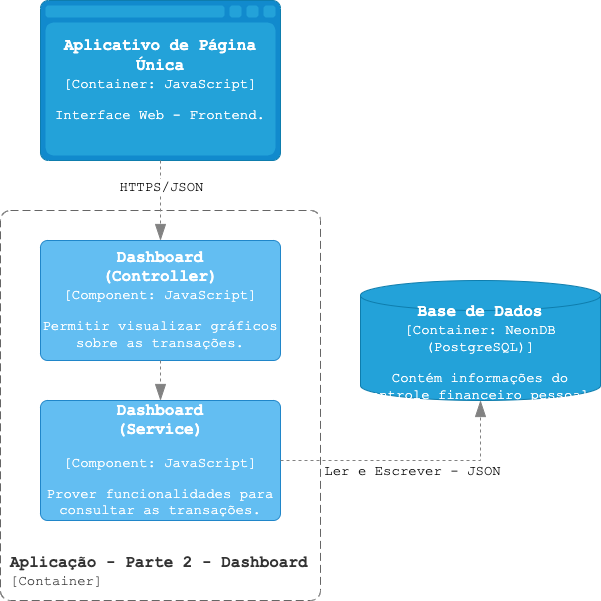
Above: docs/C4ComponenteDashboard.png in GVBP/CatolicaSC-Portfolio (draw.io), before the change. Source tidied: cells renumbered, new cells last; positions are measured from the earlier drawing's top-left corner, leaving out a move shared by most shapes. Source of this version:
```xml
<mxGraphModel>
  <root>
    <mxCell id="0" />
    <mxCell id="1" parent="0" />
    <object id="2" label="&lt;font style=&quot;font-size: 16px; font-family: 'Courier New'&quot;&gt;&lt;b&gt;%c4Name%&lt;/b&gt;&lt;/font&gt;&lt;div&gt;&lt;font style=&quot;font-size: 14px; font-family: 'Courier New'&quot;&gt;[%c4Type%:&amp;nbsp;%c4Technology%]&lt;/font&gt;&lt;/div&gt;&lt;br&gt;&lt;div&gt;&lt;font style=&quot;font-size: 14px; font-family: 'Courier New'&quot;&gt;%c4Description%&lt;/font&gt;&lt;/div&gt;" c4Description="Interface Web - Frontend." c4Name="Aplicativo de Página Única" c4Technology="JavaScript" c4Type="Container" placeholders="1">
      <mxCell style="shape=mxgraph.c4.webBrowserContainer2;whiteSpace=wrap;html=1;boundedLbl=1;rounded=0;labelBackgroundColor=none;strokeColor=#118ACD;fillColor=#23A2D9;strokeColor=#118ACD;strokeColor2=#0E7DAD;fontSize=12;fontColor=#ffffff;align=center;points=[[0.5,0,0],[1,0.25,0],[1,0.5,0],[1,0.75,0],[0.5,1,0],[0,0.75,0],[0,0.5,0],[0,0.25,0]];" parent="1" vertex="1">
        <mxGeometry x="40" width="240" height="160" as="geometry" />
      </mxCell>
    </object>
    <object id="3" label="&lt;font style=&quot;font-size: 16px; font-family: 'Courier New'&quot;&gt;&lt;b&gt;%c4Name%&lt;/b&gt;&lt;/font&gt;&lt;div&gt;&lt;font style=&quot;font-size: 14px; font-family: 'Courier New'&quot;&gt;[%c4Type%: %c4Technology%]&lt;/font&gt;&lt;/div&gt;&lt;br&gt;&lt;div&gt;&lt;font style=&quot;font-size: 14px; font-family: 'Courier New'&quot;&gt;%c4Description%&lt;/font&gt;&lt;/div&gt;" c4Description="Permitir visualizar gráficos sobre as transações." c4Name="Dashboard&#10;(Controller)" c4Technology="JavaScript" c4Type="Component" placeholders="1">
      <mxCell style="rounded=1;whiteSpace=wrap;html=1;labelBackgroundColor=none;fillColor=#63BEF2;fontColor=#ffffff;align=center;arcSize=6;strokeColor=#2086C9;points=[[0.25,0,0],[0.5,0,0],[0.75,0,0],[1,0.25,0],[1,0.5,0],[1,0.75,0],[0.75,1,0],[0.5,1,0],[0.25,1,0],[0,0.75,0],[0,0.5,0],[0,0.25,0]];" parent="1" vertex="1">
        <mxGeometry x="40" y="240" width="240" height="120" as="geometry" />
      </mxCell>
    </object>
    <object id="4" label="&lt;font style=&quot;font-size: 16px; font-family: 'Courier New'&quot;&gt;&lt;b&gt;&lt;div style=&quot;text-align: left&quot;&gt;%c4Name%&lt;/div&gt;&lt;/b&gt;&lt;/font&gt;&lt;div style=&quot;text-align: left; font-size: 14px; font-family: 'Courier New'&quot;&gt;[%c4Application%]&lt;/div&gt;" c4Application="Container" c4Name="Aplicação - Parte 2 - Dashboard" c4Type="Limite do Escopo do Sistema" placeholders="1">
      <mxCell style="rounded=1;fontSize=11;whiteSpace=wrap;html=1;dashed=1;arcSize=20;fillColor=none;strokeColor=#666666;fontColor=#333333;labelBackgroundColor=none;align=left;verticalAlign=bottom;labelBorderColor=none;spacingTop=0;spacing=10;dashPattern=8 4;perimeter=rectanglePerimeter;noLabel=0;labelPadding=0;absoluteArcSize=1;" parent="1" vertex="1">
        <mxGeometry y="210" width="320" height="390" as="geometry" />
      </mxCell>
    </object>
    <object id="5" label="&lt;font style=&quot;font-size: 16px; font-family: 'Courier New'&quot;&gt;&lt;b&gt;%c4Name%&lt;/b&gt;&lt;/font&gt;&lt;div&gt;&lt;/div&gt;&lt;br&gt;&lt;div&gt;&lt;font style=&quot;font-size: 14px; font-family: 'Courier New'&quot;&gt;[%c4Type%: %c4Technology%]&lt;/font&gt;&lt;/div&gt;&lt;br&gt;&lt;div&gt;&lt;font style=&quot;font-size: 14px; font-family: 'Courier New'&quot;&gt;%c4Description%&lt;/font&gt;&lt;/div&gt;" c4Description="Prover funcionalidades para consultar as transações." c4Name="Dashboard&#10;(Service)" c4Technology="JavaScript" c4Type="Component" placeholders="1">
      <mxCell style="rounded=1;whiteSpace=wrap;html=1;labelBackgroundColor=none;fillColor=#63BEF2;fontColor=#ffffff;align=center;arcSize=6;strokeColor=#2086C9;points=[[0.25,0,0],[0.5,0,0],[0.75,0,0],[1,0.25,0],[1,0.5,0],[1,0.75,0],[0.75,1,0],[0.5,1,0],[0.25,1,0],[0,0.75,0],[0,0.5,0],[0,0.25,0]];" parent="1" vertex="1">
        <mxGeometry x="40" y="400" width="240" height="120" as="geometry" />
      </mxCell>
    </object>
    <object id="6" label="&lt;font style=&quot;font-size: 16px; font-family: 'Courier New'&quot;&gt;&lt;b&gt;%c4Name%&lt;/b&gt;&lt;/font&gt;&lt;div&gt;&lt;div&gt;&lt;font style=&quot;font-size: 14px; font-family: 'Courier New'&quot;&gt;[%c4Type%:&amp;nbsp;%c4Technology%]&lt;/font&gt;&lt;/div&gt;&lt;br&gt;&lt;div&gt;&lt;font style=&quot;font-size: 14px; font-family: 'Courier New'&quot;&gt;%c4Description%&lt;/font&gt;&lt;/div&gt;" c4Description="Contém informações do controle financeiro pessoal." c4Name="Base de Dados" c4Technology="NeonDB (PostgreSQL)" c4Type="Container" placeholders="1">
      <mxCell style="shape=cylinder3;size=15;whiteSpace=wrap;html=1;boundedLbl=1;rounded=0;labelBackgroundColor=none;fillColor=#23A2D9;fontSize=12;fontColor=#ffffff;align=center;strokeColor=#0E7DAD;points=[[0.5,0,0],[1,0.25,0],[1,0.5,0],[1,0.75,0],[0.5,1,0],[0,0.75,0],[0,0.5,0],[0,0.25,0]];" parent="1" vertex="1">
        <mxGeometry x="360" y="280" width="240" height="120" as="geometry" />
      </mxCell>
    </object>
    <object id="7" label="" c4Type="Relationship" placeholders="1">
      <mxCell style="endArrow=blockThin;html=1;fontSize=10;fontColor=#404040;strokeWidth=1;endFill=1;strokeColor=#828282;elbow=vertical;endSize=14;startSize=14;jumpStyle=arc;jumpSize=16;rounded=0;edgeStyle=orthogonalEdgeStyle;exitX=0.5;exitY=1;exitDx=0;exitDy=0;exitPerimeter=0;entryX=0.5;entryY=0;entryDx=0;entryDy=0;entryPerimeter=0;dashed=1;" parent="1" edge="1" source="2" target="3">
        <mxGeometry relative="1" as="geometry" />
      </mxCell>
    </object>
    <mxCell id="8" value="&lt;font style=&quot;font-size: 14px;&quot; face=&quot;Courier New&quot;&gt;HTTPS/JSON&lt;/font&gt;" style="edgeLabel;html=1;align=center;verticalAlign=middle;" parent="7" vertex="1">
      <mxGeometry x="0.13" y="-3" relative="1" as="geometry">
        <mxPoint x="3" y="-19" as="offset" />
      </mxGeometry>
    </mxCell>
    <object id="9" label="" c4Type="Relationship" placeholders="1">
      <mxCell style="endArrow=blockThin;html=1;fontSize=10;fontColor=#404040;strokeWidth=1;endFill=1;strokeColor=#828282;elbow=vertical;endSize=14;startSize=14;jumpStyle=arc;jumpSize=16;rounded=0;edgeStyle=orthogonalEdgeStyle;entryX=0.5;entryY=0;entryDx=0;entryDy=0;entryPerimeter=0;dashed=1;exitX=0.5;exitY=1;exitDx=0;exitDy=0;exitPerimeter=0;" parent="1" edge="1" source="3" target="5">
        <mxGeometry relative="1" as="geometry" />
      </mxCell>
    </object>
    <object id="10" label="" c4Type="Relationship" placeholders="1">
      <mxCell style="endArrow=blockThin;html=1;fontSize=10;fontColor=#404040;strokeWidth=1;endFill=1;strokeColor=#828282;elbow=vertical;endSize=14;startSize=14;jumpStyle=arc;jumpSize=16;rounded=0;edgeStyle=orthogonalEdgeStyle;dashed=1;entryX=0.5;entryY=1;entryDx=0;entryDy=0;entryPerimeter=0;exitX=1;exitY=0.5;exitDx=0;exitDy=0;exitPerimeter=0;" parent="1" edge="1" source="5" target="6">
        <mxGeometry relative="1" as="geometry">
          <Array as="points">
            <mxPoint x="480" y="460" />
          </Array>
        </mxGeometry>
      </mxCell>
    </object>
    <mxCell id="11" value="&lt;font style=&quot;font-size: 14px;&quot; face=&quot;Courier New&quot;&gt;Ler e Escrever - JSON&lt;/font&gt;" style="edgeLabel;html=1;align=center;verticalAlign=middle;" parent="10" vertex="1">
      <mxGeometry x="-0.53" y="-3" relative="1" as="geometry">
        <mxPoint x="70" y="7" as="offset" />
      </mxGeometry>
    </mxCell>
  </root>
</mxGraphModel>
```
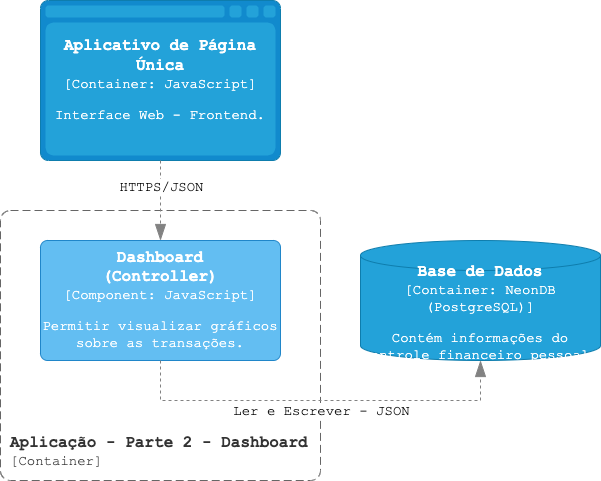
Later version of the same file.

The edit, as a diff of the source:
```diff
@@ -14,17 +14,12 @@
     </object>
     <object id="4" label="&lt;font style=&quot;font-size: 16px; font-family: 'Courier New'&quot;&gt;&lt;b&gt;&lt;div style=&quot;text-align: left&quot;&gt;%c4Name%&lt;/div&gt;&lt;/b&gt;&lt;/font&gt;&lt;div style=&quot;text-align: left; font-size: 14px; font-family: 'Courier New'&quot;&gt;[%c4Application%]&lt;/div&gt;" c4Application="Container" c4Name="Aplicação - Parte 2 - Dashboard" c4Type="Limite do Escopo do Sistema" placeholders="1">
       <mxCell style="rounded=1;fontSize=11;whiteSpace=wrap;html=1;dashed=1;arcSize=20;fillColor=none;strokeColor=#666666;fontColor=#333333;labelBackgroundColor=none;align=left;verticalAlign=bottom;labelBorderColor=none;spacingTop=0;spacing=10;dashPattern=8 4;perimeter=rectanglePerimeter;noLabel=0;labelPadding=0;absoluteArcSize=1;" parent="1" vertex="1">
-        <mxGeometry y="210" width="320" height="390" as="geometry" />
+        <mxGeometry y="210" width="320" height="270" as="geometry" />
       </mxCell>
     </object>
-    <object id="5" label="&lt;font style=&quot;font-size: 16px; font-family: 'Courier New'&quot;&gt;&lt;b&gt;%c4Name%&lt;/b&gt;&lt;/font&gt;&lt;div&gt;&lt;/div&gt;&lt;br&gt;&lt;div&gt;&lt;font style=&quot;font-size: 14px; font-family: 'Courier New'&quot;&gt;[%c4Type%: %c4Technology%]&lt;/font&gt;&lt;/div&gt;&lt;br&gt;&lt;div&gt;&lt;font style=&quot;font-size: 14px; font-family: 'Courier New'&quot;&gt;%c4Description%&lt;/font&gt;&lt;/div&gt;" c4Description="Prover funcionalidades para consultar as transações." c4Name="Dashboard&#10;(Service)" c4Technology="JavaScript" c4Type="Component" placeholders="1">
-      <mxCell style="rounded=1;whiteSpace=wrap;html=1;labelBackgroundColor=none;fillColor=#63BEF2;fontColor=#ffffff;align=center;arcSize=6;strokeColor=#2086C9;points=[[0.25,0,0],[0.5,0,0],[0.75,0,0],[1,0.25,0],[1,0.5,0],[1,0.75,0],[0.75,1,0],[0.5,1,0],[0.25,1,0],[0,0.75,0],[0,0.5,0],[0,0.25,0]];" parent="1" vertex="1">
-        <mxGeometry x="40" y="400" width="240" height="120" as="geometry" />
-      </mxCell>
-    </object>
     <object id="6" label="&lt;font style=&quot;font-size: 16px; font-family: 'Courier New'&quot;&gt;&lt;b&gt;%c4Name%&lt;/b&gt;&lt;/font&gt;&lt;div&gt;&lt;div&gt;&lt;font style=&quot;font-size: 14px; font-family: 'Courier New'&quot;&gt;[%c4Type%:&amp;nbsp;%c4Technology%]&lt;/font&gt;&lt;/div&gt;&lt;br&gt;&lt;div&gt;&lt;font style=&quot;font-size: 14px; font-family: 'Courier New'&quot;&gt;%c4Description%&lt;/font&gt;&lt;/div&gt;" c4Description="Contém informações do controle financeiro pessoal." c4Name="Base de Dados" c4Technology="NeonDB (PostgreSQL)" c4Type="Container" placeholders="1">
       <mxCell style="shape=cylinder3;size=15;whiteSpace=wrap;html=1;boundedLbl=1;rounded=0;labelBackgroundColor=none;fillColor=#23A2D9;fontSize=12;fontColor=#ffffff;align=center;strokeColor=#0E7DAD;points=[[0.5,0,0],[1,0.25,0],[1,0.5,0],[1,0.75,0],[0.5,1,0],[0,0.75,0],[0,0.5,0],[0,0.25,0]];" parent="1" vertex="1">
-        <mxGeometry x="360" y="280" width="240" height="120" as="geometry" />
+        <mxGeometry x="360" y="240" width="240" height="120" as="geometry" />
       </mxCell>
     </object>
     <object id="7" label="" c4Type="Relationship" placeholders="1">
@@ -37,23 +32,19 @@
         <mxPoint x="3" y="-19" as="offset" />
       </mxGeometry>
     </mxCell>
-    <object id="9" label="" c4Type="Relationship" placeholders="1">
-      <mxCell style="endArrow=blockThin;html=1;fontSize=10;fontColor=#404040;strokeWidth=1;endFill=1;strokeColor=#828282;elbow=vertical;endSize=14;startSize=14;jumpStyle=arc;jumpSize=16;rounded=0;edgeStyle=orthogonalEdgeStyle;entryX=0.5;entryY=0;entryDx=0;entryDy=0;entryPerimeter=0;dashed=1;exitX=0.5;exitY=1;exitDx=0;exitDy=0;exitPerimeter=0;" parent="1" edge="1" source="3" target="5">
-        <mxGeometry relative="1" as="geometry" />
-      </mxCell>
-    </object>
     <object id="10" label="" c4Type="Relationship" placeholders="1">
-      <mxCell style="endArrow=blockThin;html=1;fontSize=10;fontColor=#404040;strokeWidth=1;endFill=1;strokeColor=#828282;elbow=vertical;endSize=14;startSize=14;jumpStyle=arc;jumpSize=16;rounded=0;edgeStyle=orthogonalEdgeStyle;dashed=1;entryX=0.5;entryY=1;entryDx=0;entryDy=0;entryPerimeter=0;exitX=1;exitY=0.5;exitDx=0;exitDy=0;exitPerimeter=0;" parent="1" edge="1" source="5" target="6">
+      <mxCell style="endArrow=blockThin;html=1;fontSize=10;fontColor=#404040;strokeWidth=1;endFill=1;strokeColor=#828282;elbow=vertical;endSize=14;startSize=14;jumpStyle=arc;jumpSize=16;rounded=0;edgeStyle=orthogonalEdgeStyle;dashed=1;entryX=0.5;entryY=1;entryDx=0;entryDy=0;entryPerimeter=0;exitX=0.5;exitY=1;exitDx=0;exitDy=0;exitPerimeter=0;" parent="1" edge="1" source="3" target="6">
         <mxGeometry relative="1" as="geometry">
           <Array as="points">
-            <mxPoint x="480" y="460" />
+            <mxPoint x="160" y="400" />
+            <mxPoint x="480" y="400" />
           </Array>
         </mxGeometry>
       </mxCell>
     </object>
     <mxCell id="11" value="&lt;font style=&quot;font-size: 14px;&quot; face=&quot;Courier New&quot;&gt;Ler e Escrever - JSON&lt;/font&gt;" style="edgeLabel;html=1;align=center;verticalAlign=middle;" parent="10" vertex="1">
       <mxGeometry x="-0.53" y="-3" relative="1" as="geometry">
-        <mxPoint x="70" y="7" as="offset" />
+        <mxPoint x="106" y="7" as="offset" />
       </mxGeometry>
     </mxCell>
   </root>
```
